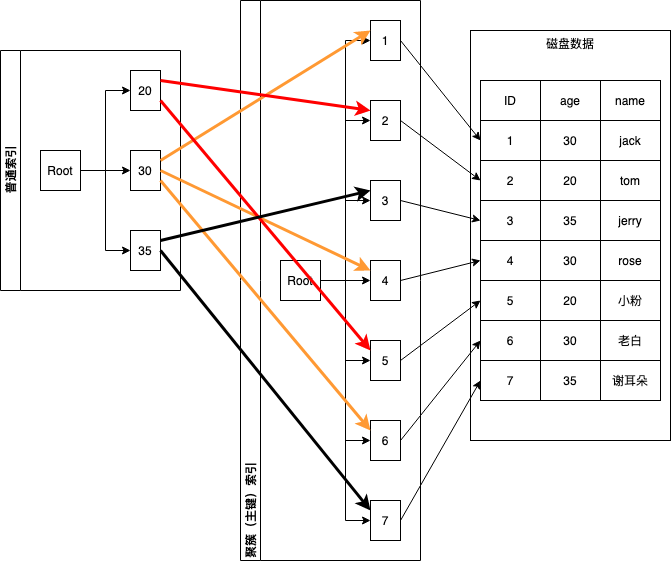
Earlier version of the draw.io export mysql-mrr.png (GallantKong/diagram). Source tidied: cells renumbered, new cells last; positions are measured from the earlier drawing's top-left corner, leaving out a move shared by most shapes. Source of this version:
```xml
<mxGraphModel>
  <root>
    <mxCell id="0" />
    <mxCell id="1" parent="0" />
    <mxCell id="2" value="磁盘数据" style="rounded=0;whiteSpace=wrap;html=1;labelBackgroundColor=none;verticalAlign=top;" parent="1" vertex="1">
      <mxGeometry x="470" y="30" width="200" height="410" as="geometry" />
    </mxCell>
    <mxCell id="3" value="普通索引" style="swimlane;html=1;startSize=20;horizontal=0;horizontalTree=1;containerType=tree;" parent="1" vertex="1">
      <mxGeometry y="50" width="180" height="240" as="geometry" />
    </mxCell>
    <mxCell id="4" value="Root" style="whiteSpace=wrap;html=1;" parent="3" vertex="1">
      <mxGeometry x="40" y="100" width="40" height="40" as="geometry" />
    </mxCell>
    <mxCell id="5" value="30" style="whiteSpace=wrap;html=1;" parent="3" vertex="1">
      <mxGeometry x="130" y="100" width="30" height="40" as="geometry" />
    </mxCell>
    <mxCell id="6" style="edgeStyle=elbowEdgeStyle;elbow=horizontal;html=1;rounded=0;" parent="3" edge="1" source="4" target="5">
      <mxGeometry relative="1" as="geometry" />
    </mxCell>
    <mxCell id="7" value="20" style="whiteSpace=wrap;html=1;" parent="3" vertex="1">
      <mxGeometry x="130" y="20" width="30" height="40" as="geometry" />
    </mxCell>
    <mxCell id="8" style="edgeStyle=elbowEdgeStyle;elbow=horizontal;html=1;rounded=0;" parent="3" edge="1" source="4" target="7">
      <mxGeometry relative="1" as="geometry" />
    </mxCell>
    <mxCell id="9" value="35" style="whiteSpace=wrap;html=1;" parent="3" vertex="1">
      <mxGeometry x="130" y="180" width="30" height="40" as="geometry" />
    </mxCell>
    <mxCell id="10" style="edgeStyle=orthogonalEdgeStyle;rounded=0;jettySize=auto;html=1;entryX=0;entryY=0.5;entryDx=0;entryDy=0;" parent="3" edge="1" source="4" target="9">
      <mxGeometry relative="1" as="geometry" />
    </mxCell>
    <mxCell id="11" style="shape=table;html=1;whiteSpace=wrap;startSize=0;" parent="1" vertex="1">
      <mxGeometry x="480" y="80" width="180" height="320" as="geometry" />
    </mxCell>
    <mxCell id="12" style="shape=partialRectangle;html=1;whiteSpace=wrap;fillColor=none;top=0;left=0;bottom=0;right=0;" parent="11" vertex="1">
      <mxGeometry width="180" height="40" as="geometry" />
    </mxCell>
    <mxCell id="13" value="ID" style="shape=partialRectangle;html=1;whiteSpace=wrap;overflow=hidden;fillColor=none;top=0;left=0;bottom=0;right=0;" parent="12" vertex="1">
      <mxGeometry width="60" height="40" as="geometry" />
    </mxCell>
    <mxCell id="14" value="age" style="shape=partialRectangle;html=1;whiteSpace=wrap;overflow=hidden;fillColor=none;top=0;left=0;bottom=0;right=0;" parent="12" vertex="1">
      <mxGeometry x="60" width="60" height="40" as="geometry" />
    </mxCell>
    <mxCell id="15" value="name" style="shape=partialRectangle;html=1;whiteSpace=wrap;overflow=hidden;fillColor=none;top=0;left=0;bottom=0;right=0;" parent="12" vertex="1">
      <mxGeometry x="120" width="60" height="40" as="geometry" />
    </mxCell>
    <mxCell id="16" style="shape=partialRectangle;html=1;whiteSpace=wrap;fillColor=none;top=0;left=0;bottom=0;right=0;points=[[0,0.5],[1,0.5]];portConstraint=eastwest;" parent="11" vertex="1">
      <mxGeometry y="40" width="180" height="40" as="geometry" />
    </mxCell>
    <mxCell id="17" value="1" style="shape=partialRectangle;html=1;whiteSpace=wrap;overflow=hidden;fillColor=none;top=0;left=0;bottom=0;right=0;" parent="16" vertex="1">
      <mxGeometry width="60" height="40" as="geometry" />
    </mxCell>
    <mxCell id="18" value="30" style="shape=partialRectangle;html=1;whiteSpace=wrap;overflow=hidden;fillColor=none;top=0;left=0;bottom=0;right=0;" parent="16" vertex="1">
      <mxGeometry x="60" width="60" height="40" as="geometry" />
    </mxCell>
    <mxCell id="19" value="jack" style="shape=partialRectangle;html=1;whiteSpace=wrap;overflow=hidden;fillColor=none;top=0;left=0;bottom=0;right=0;" parent="16" vertex="1">
      <mxGeometry x="120" width="60" height="40" as="geometry" />
    </mxCell>
    <mxCell id="20" style="shape=partialRectangle;html=1;whiteSpace=wrap;fillColor=none;top=0;left=0;bottom=0;right=0;points=[[0,0.5],[1,0.5]];portConstraint=eastwest;" parent="11" vertex="1">
      <mxGeometry y="80" width="180" height="40" as="geometry" />
    </mxCell>
    <mxCell id="21" value="2" style="shape=partialRectangle;html=1;whiteSpace=wrap;overflow=hidden;fillColor=none;top=0;left=0;bottom=0;right=0;" parent="20" vertex="1">
      <mxGeometry width="60" height="40" as="geometry" />
    </mxCell>
    <mxCell id="22" value="20" style="shape=partialRectangle;html=1;whiteSpace=wrap;overflow=hidden;fillColor=none;top=0;left=0;bottom=0;right=0;" parent="20" vertex="1">
      <mxGeometry x="60" width="60" height="40" as="geometry" />
    </mxCell>
    <mxCell id="23" value="tom" style="shape=partialRectangle;html=1;whiteSpace=wrap;overflow=hidden;fillColor=none;top=0;left=0;bottom=0;right=0;" parent="20" vertex="1">
      <mxGeometry x="120" width="60" height="40" as="geometry" />
    </mxCell>
    <mxCell id="24" style="shape=partialRectangle;html=1;whiteSpace=wrap;fillColor=none;top=0;left=0;bottom=0;right=0;points=[[0,0.5],[1,0.5]];portConstraint=eastwest;" parent="11" vertex="1">
      <mxGeometry y="120" width="180" height="40" as="geometry" />
    </mxCell>
    <mxCell id="25" value="3" style="shape=partialRectangle;html=1;whiteSpace=wrap;overflow=hidden;fillColor=none;top=0;left=0;bottom=0;right=0;" parent="24" vertex="1">
      <mxGeometry width="60" height="40" as="geometry" />
    </mxCell>
    <mxCell id="26" value="35" style="shape=partialRectangle;html=1;whiteSpace=wrap;overflow=hidden;fillColor=none;top=0;left=0;bottom=0;right=0;" parent="24" vertex="1">
      <mxGeometry x="60" width="60" height="40" as="geometry" />
    </mxCell>
    <mxCell id="27" value="jerry" style="shape=partialRectangle;html=1;whiteSpace=wrap;overflow=hidden;fillColor=none;top=0;left=0;bottom=0;right=0;" parent="24" vertex="1">
      <mxGeometry x="120" width="60" height="40" as="geometry" />
    </mxCell>
    <mxCell id="28" style="shape=partialRectangle;html=1;whiteSpace=wrap;fillColor=none;top=0;left=0;bottom=0;right=0;points=[[0,0.5],[1,0.5]];portConstraint=eastwest;" parent="11" vertex="1">
      <mxGeometry y="160" width="180" height="40" as="geometry" />
    </mxCell>
    <mxCell id="29" value="4" style="shape=partialRectangle;html=1;whiteSpace=wrap;overflow=hidden;fillColor=none;top=0;left=0;bottom=0;right=0;" parent="28" vertex="1">
      <mxGeometry width="60" height="40" as="geometry" />
    </mxCell>
    <mxCell id="30" value="30" style="shape=partialRectangle;html=1;whiteSpace=wrap;overflow=hidden;fillColor=none;top=0;left=0;bottom=0;right=0;" parent="28" vertex="1">
      <mxGeometry x="60" width="60" height="40" as="geometry" />
    </mxCell>
    <mxCell id="31" value="rose" style="shape=partialRectangle;html=1;whiteSpace=wrap;overflow=hidden;fillColor=none;top=0;left=0;bottom=0;right=0;" parent="28" vertex="1">
      <mxGeometry x="120" width="60" height="40" as="geometry" />
    </mxCell>
    <mxCell id="32" style="shape=partialRectangle;html=1;whiteSpace=wrap;fillColor=none;top=0;left=0;bottom=0;right=0;points=[[0,0.5],[1,0.5]];portConstraint=eastwest;" parent="11" vertex="1">
      <mxGeometry y="200" width="180" height="40" as="geometry" />
    </mxCell>
    <mxCell id="33" value="5" style="shape=partialRectangle;html=1;whiteSpace=wrap;overflow=hidden;fillColor=none;top=0;left=0;bottom=0;right=0;" parent="32" vertex="1">
      <mxGeometry width="60" height="40" as="geometry" />
    </mxCell>
    <mxCell id="34" value="20" style="shape=partialRectangle;html=1;whiteSpace=wrap;overflow=hidden;fillColor=none;top=0;left=0;bottom=0;right=0;" parent="32" vertex="1">
      <mxGeometry x="60" width="60" height="40" as="geometry" />
    </mxCell>
    <mxCell id="35" value="小粉" style="shape=partialRectangle;html=1;whiteSpace=wrap;overflow=hidden;fillColor=none;top=0;left=0;bottom=0;right=0;" parent="32" vertex="1">
      <mxGeometry x="120" width="60" height="40" as="geometry" />
    </mxCell>
    <mxCell id="36" style="shape=partialRectangle;html=1;whiteSpace=wrap;fillColor=none;top=0;left=0;bottom=0;right=0;points=[[0,0.5],[1,0.5]];portConstraint=eastwest;" parent="11" vertex="1">
      <mxGeometry y="240" width="180" height="40" as="geometry" />
    </mxCell>
    <mxCell id="37" value="6" style="shape=partialRectangle;html=1;whiteSpace=wrap;overflow=hidden;fillColor=none;top=0;left=0;bottom=0;right=0;" parent="36" vertex="1">
      <mxGeometry width="60" height="40" as="geometry" />
    </mxCell>
    <mxCell id="38" value="30" style="shape=partialRectangle;html=1;whiteSpace=wrap;overflow=hidden;fillColor=none;top=0;left=0;bottom=0;right=0;" parent="36" vertex="1">
      <mxGeometry x="60" width="60" height="40" as="geometry" />
    </mxCell>
    <mxCell id="39" value="老白" style="shape=partialRectangle;html=1;whiteSpace=wrap;overflow=hidden;fillColor=none;top=0;left=0;bottom=0;right=0;" parent="36" vertex="1">
      <mxGeometry x="120" width="60" height="40" as="geometry" />
    </mxCell>
    <mxCell id="40" style="shape=partialRectangle;html=1;whiteSpace=wrap;fillColor=none;top=0;left=0;bottom=0;right=0;points=[[0,0.5],[1,0.5]];portConstraint=eastwest;" parent="11" vertex="1">
      <mxGeometry y="280" width="180" height="40" as="geometry" />
    </mxCell>
    <mxCell id="41" value="7" style="shape=partialRectangle;html=1;whiteSpace=wrap;overflow=hidden;fillColor=none;top=0;left=0;bottom=0;right=0;" parent="40" vertex="1">
      <mxGeometry width="60" height="40" as="geometry" />
    </mxCell>
    <mxCell id="42" value="35" style="shape=partialRectangle;html=1;whiteSpace=wrap;overflow=hidden;fillColor=none;top=0;left=0;bottom=0;right=0;" parent="40" vertex="1">
      <mxGeometry x="60" width="60" height="40" as="geometry" />
    </mxCell>
    <mxCell id="43" value="谢耳朵" style="shape=partialRectangle;html=1;whiteSpace=wrap;overflow=hidden;fillColor=none;top=0;left=0;bottom=0;right=0;" parent="40" vertex="1">
      <mxGeometry x="120" width="60" height="40" as="geometry" />
    </mxCell>
    <mxCell id="44" value="聚簇（主键）索引" style="swimlane;html=1;startSize=20;horizontal=0;horizontalTree=1;containerType=tree;align=left;" parent="1" vertex="1">
      <mxGeometry x="240" width="180" height="560" as="geometry" />
    </mxCell>
    <mxCell id="45" value="Root" style="whiteSpace=wrap;html=1;" parent="44" vertex="1">
      <mxGeometry x="40" y="260" width="40" height="40" as="geometry" />
    </mxCell>
    <mxCell id="46" value="1" style="whiteSpace=wrap;html=1;" parent="44" vertex="1">
      <mxGeometry x="130" y="20" width="30" height="40" as="geometry" />
    </mxCell>
    <mxCell id="47" style="edgeStyle=elbowEdgeStyle;elbow=horizontal;html=1;rounded=0;" parent="44" edge="1" source="45" target="46">
      <mxGeometry relative="1" as="geometry" />
    </mxCell>
    <mxCell id="48" value="2" style="whiteSpace=wrap;html=1;" parent="44" vertex="1">
      <mxGeometry x="130" y="100" width="30" height="40" as="geometry" />
    </mxCell>
    <mxCell id="49" style="edgeStyle=elbowEdgeStyle;elbow=horizontal;html=1;rounded=0;" parent="44" edge="1" source="45" target="48">
      <mxGeometry relative="1" as="geometry" />
    </mxCell>
    <mxCell id="50" value="3" style="whiteSpace=wrap;html=1;" parent="44" vertex="1">
      <mxGeometry x="130" y="180" width="30" height="40" as="geometry" />
    </mxCell>
    <mxCell id="51" style="edgeStyle=orthogonalEdgeStyle;rounded=0;jettySize=auto;html=1;entryX=0;entryY=0.5;entryDx=0;entryDy=0;" parent="44" edge="1" source="45" target="50">
      <mxGeometry relative="1" as="geometry" />
    </mxCell>
    <mxCell id="52" style="edgeStyle=orthogonalEdgeStyle;rounded=0;jettySize=auto;html=1;entryX=0;entryY=0.5;entryDx=0;entryDy=0;" parent="44" edge="1" source="45" target="53">
      <mxGeometry relative="1" as="geometry" />
    </mxCell>
    <mxCell id="53" value="4" style="whiteSpace=wrap;html=1;" parent="44" vertex="1">
      <mxGeometry x="130" y="260" width="30" height="40" as="geometry" />
    </mxCell>
    <mxCell id="54" style="edgeStyle=orthogonalEdgeStyle;rounded=0;jettySize=auto;html=1;entryX=0;entryY=0.5;entryDx=0;entryDy=0;" parent="44" edge="1" source="45" target="55">
      <mxGeometry relative="1" as="geometry" />
    </mxCell>
    <mxCell id="55" value="5" style="whiteSpace=wrap;html=1;" parent="44" vertex="1">
      <mxGeometry x="130" y="340" width="30" height="40" as="geometry" />
    </mxCell>
    <mxCell id="56" style="edgeStyle=orthogonalEdgeStyle;rounded=0;jettySize=auto;html=1;entryX=0;entryY=0.5;entryDx=0;entryDy=0;" parent="44" edge="1" source="45" target="57">
      <mxGeometry relative="1" as="geometry" />
    </mxCell>
    <mxCell id="57" value="6" style="whiteSpace=wrap;html=1;" parent="44" vertex="1">
      <mxGeometry x="130" y="420" width="30" height="40" as="geometry" />
    </mxCell>
    <mxCell id="58" style="edgeStyle=orthogonalEdgeStyle;rounded=0;jettySize=auto;html=1;entryX=0;entryY=0.5;entryDx=0;entryDy=0;" parent="44" edge="1" source="45" target="59">
      <mxGeometry relative="1" as="geometry" />
    </mxCell>
    <mxCell id="59" value="7" style="whiteSpace=wrap;html=1;" parent="44" vertex="1">
      <mxGeometry x="130" y="500" width="30" height="40" as="geometry" />
    </mxCell>
    <mxCell id="60" style="edgeStyle=none;rounded=0;jettySize=auto;html=1;exitX=1;exitY=0.25;exitDx=0;exitDy=0;entryX=0;entryY=0.25;entryDx=0;entryDy=0;strokeColor=#FF9933;fontSize=22;strokeWidth=3;" parent="1" edge="1" source="5" target="46">
      <mxGeometry relative="1" as="geometry" />
    </mxCell>
    <mxCell id="61" style="edgeStyle=none;rounded=0;jettySize=auto;html=1;exitX=1;exitY=0.5;exitDx=0;exitDy=0;entryX=0;entryY=0.25;entryDx=0;entryDy=0;strokeColor=#FF9933;fontSize=22;strokeWidth=3;" parent="1" edge="1" source="5" target="53">
      <mxGeometry relative="1" as="geometry" />
    </mxCell>
    <mxCell id="62" style="edgeStyle=none;rounded=0;jettySize=auto;html=1;exitX=1;exitY=0.75;exitDx=0;exitDy=0;entryX=0;entryY=0.25;entryDx=0;entryDy=0;strokeColor=#FF9933;fontSize=22;strokeWidth=3;" parent="1" edge="1" source="5" target="57">
      <mxGeometry relative="1" as="geometry" />
    </mxCell>
    <mxCell id="63" style="edgeStyle=none;rounded=0;jettySize=auto;html=1;exitX=1;exitY=0.5;exitDx=0;exitDy=0;entryX=0;entryY=0.5;entryDx=0;entryDy=0;" parent="1" edge="1" source="46" target="16">
      <mxGeometry relative="1" as="geometry" />
    </mxCell>
    <mxCell id="64" style="edgeStyle=none;rounded=0;jettySize=auto;html=1;exitX=1;exitY=0.5;exitDx=0;exitDy=0;entryX=0;entryY=0.5;entryDx=0;entryDy=0;" parent="1" edge="1" source="48" target="20">
      <mxGeometry relative="1" as="geometry" />
    </mxCell>
    <mxCell id="65" style="edgeStyle=none;rounded=0;jettySize=auto;html=1;exitX=1;exitY=0.5;exitDx=0;exitDy=0;entryX=0;entryY=0.5;entryDx=0;entryDy=0;" parent="1" edge="1" source="50" target="24">
      <mxGeometry relative="1" as="geometry" />
    </mxCell>
    <mxCell id="66" style="edgeStyle=none;rounded=0;jettySize=auto;html=1;exitX=1;exitY=0.5;exitDx=0;exitDy=0;entryX=0;entryY=0.5;entryDx=0;entryDy=0;" parent="1" edge="1" source="53" target="28">
      <mxGeometry relative="1" as="geometry" />
    </mxCell>
    <mxCell id="67" style="edgeStyle=none;rounded=0;jettySize=auto;html=1;exitX=1;exitY=0.5;exitDx=0;exitDy=0;entryX=0;entryY=0.5;entryDx=0;entryDy=0;" parent="1" edge="1" source="55" target="32">
      <mxGeometry relative="1" as="geometry" />
    </mxCell>
    <mxCell id="68" style="edgeStyle=none;rounded=0;jettySize=auto;html=1;exitX=1;exitY=0.5;exitDx=0;exitDy=0;entryX=0;entryY=0.5;entryDx=0;entryDy=0;" parent="1" edge="1" source="57" target="36">
      <mxGeometry relative="1" as="geometry" />
    </mxCell>
    <mxCell id="69" style="edgeStyle=none;rounded=0;jettySize=auto;html=1;exitX=1;exitY=0.5;exitDx=0;exitDy=0;entryX=0;entryY=0.5;entryDx=0;entryDy=0;" parent="1" edge="1" source="59" target="40">
      <mxGeometry relative="1" as="geometry" />
    </mxCell>
    <mxCell id="70" style="edgeStyle=none;rounded=0;jettySize=auto;html=1;exitX=1;exitY=0.25;exitDx=0;exitDy=0;entryX=0;entryY=0.25;entryDx=0;entryDy=0;strokeColor=#FF0000;fontStyle=1;fontSize=12;horizontal=1;strokeWidth=3;" parent="1" edge="1" source="7" target="48">
      <mxGeometry relative="1" as="geometry" />
    </mxCell>
    <mxCell id="71" style="edgeStyle=none;rounded=0;jettySize=auto;html=1;exitX=1;exitY=0.75;exitDx=0;exitDy=0;entryX=0;entryY=0.25;entryDx=0;entryDy=0;strokeColor=#FF0000;fontSize=22;strokeWidth=3;" parent="1" edge="1" source="7" target="55">
      <mxGeometry relative="1" as="geometry" />
    </mxCell>
    <mxCell id="72" style="edgeStyle=none;rounded=0;jettySize=auto;html=1;exitX=1;exitY=0.25;exitDx=0;exitDy=0;entryX=0;entryY=0.25;entryDx=0;entryDy=0;fontSize=22;strokeWidth=3;" parent="1" edge="1" source="9" target="50">
      <mxGeometry relative="1" as="geometry" />
    </mxCell>
    <mxCell id="73" style="edgeStyle=none;rounded=0;jettySize=auto;html=1;exitX=1;exitY=0.5;exitDx=0;exitDy=0;entryX=0;entryY=0.25;entryDx=0;entryDy=0;fillColor=#FF960D;fontSize=22;strokeWidth=3;" parent="1" edge="1" source="9" target="59">
      <mxGeometry relative="1" as="geometry" />
    </mxCell>
  </root>
</mxGraphModel>
```
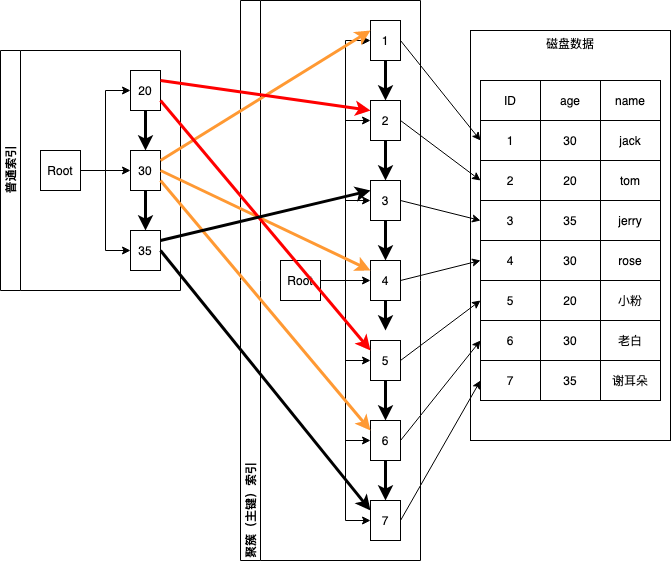
After the change.

Diff of the diagram source:
```diff
@@ -29,6 +29,9 @@
     <mxCell id="10" style="edgeStyle=orthogonalEdgeStyle;rounded=0;jettySize=auto;html=1;entryX=0;entryY=0.5;entryDx=0;entryDy=0;" parent="3" edge="1" source="4" target="9">
       <mxGeometry relative="1" as="geometry" />
     </mxCell>
+    <mxCell id="74" style="endArrow=classic;html=1;fontSize=12;strokeWidth=3;fillColor=#FF960D;entryX=0.5;entryY=0;entryDx=0;entryDy=0;exitX=0.5;exitY=1;exitDx=0;exitDy=0;" parent="3" edge="1" source="7" target="5">
+      <mxGeometry relative="1" as="geometry" />
+    </mxCell>
     <mxCell id="11" style="shape=table;html=1;whiteSpace=wrap;startSize=0;" parent="1" vertex="1">
       <mxGeometry x="480" y="80" width="180" height="320" as="geometry" />
     </mxCell>
@@ -218,5 +221,40 @@
     <mxCell id="73" style="edgeStyle=none;rounded=0;jettySize=auto;html=1;exitX=1;exitY=0.5;exitDx=0;exitDy=0;entryX=0;entryY=0.25;entryDx=0;entryDy=0;fillColor=#FF960D;fontSize=22;strokeWidth=3;" parent="1" edge="1" source="9" target="59">
       <mxGeometry relative="1" as="geometry" />
     </mxCell>
+    <mxCell id="75" style="endArrow=classic;html=1;fontSize=12;strokeWidth=3;fillColor=#FF960D;entryX=0.5;entryY=0;entryDx=0;entryDy=0;" parent="1" edge="1" target="9">
+      <mxGeometry relative="1" as="geometry">
+        <mxPoint x="145" y="190" as="sourcePoint" />
+      </mxGeometry>
+    </mxCell>
+    <mxCell id="76" style="endArrow=classic;html=1;fontSize=12;strokeWidth=3;fillColor=#FF960D;exitX=0.5;exitY=1;exitDx=0;exitDy=0;" parent="1" edge="1" source="46">
+      <mxGeometry relative="1" as="geometry">
+        <mxPoint x="385" y="100" as="targetPoint" />
+      </mxGeometry>
+    </mxCell>
+    <mxCell id="77" style="endArrow=classic;html=1;fontSize=12;strokeWidth=3;fillColor=#FF960D;entryX=0.5;entryY=0;entryDx=0;entryDy=0;" parent="1" edge="1" target="50">
+      <mxGeometry relative="1" as="geometry">
+        <mxPoint x="385" y="140" as="sourcePoint" />
+      </mxGeometry>
+    </mxCell>
+    <mxCell id="78" style="endArrow=classic;html=1;fontSize=12;strokeWidth=3;fillColor=#FF960D;entryX=0.5;entryY=0;entryDx=0;entryDy=0;" parent="1" edge="1" target="53">
+      <mxGeometry relative="1" as="geometry">
+        <mxPoint x="385" y="220" as="sourcePoint" />
+      </mxGeometry>
+    </mxCell>
+    <mxCell id="79" style="endArrow=classic;html=1;fontSize=12;strokeWidth=3;fillColor=#FF960D;entryX=0.5;entryY=0;entryDx=0;entryDy=0;" parent="1" edge="1" target="59">
+      <mxGeometry relative="1" as="geometry">
+        <mxPoint x="385" y="460" as="sourcePoint" />
+      </mxGeometry>
+    </mxCell>
+    <mxCell id="80" style="endArrow=classic;html=1;fontSize=12;strokeWidth=3;fillColor=#FF960D;entryX=0.5;entryY=0;entryDx=0;entryDy=0;" parent="1" edge="1" target="57">
+      <mxGeometry relative="1" as="geometry">
+        <mxPoint x="385" y="380" as="sourcePoint" />
+      </mxGeometry>
+    </mxCell>
+    <mxCell id="81" style="endArrow=classic;html=1;fontSize=12;strokeWidth=3;fillColor=#FF960D;exitX=0.5;exitY=1;exitDx=0;exitDy=0;" parent="1" edge="1" source="53">
+      <mxGeometry relative="1" as="geometry">
+        <mxPoint x="385" y="330" as="targetPoint" />
+      </mxGeometry>
+    </mxCell>
   </root>
 </mxGraphModel>
```
